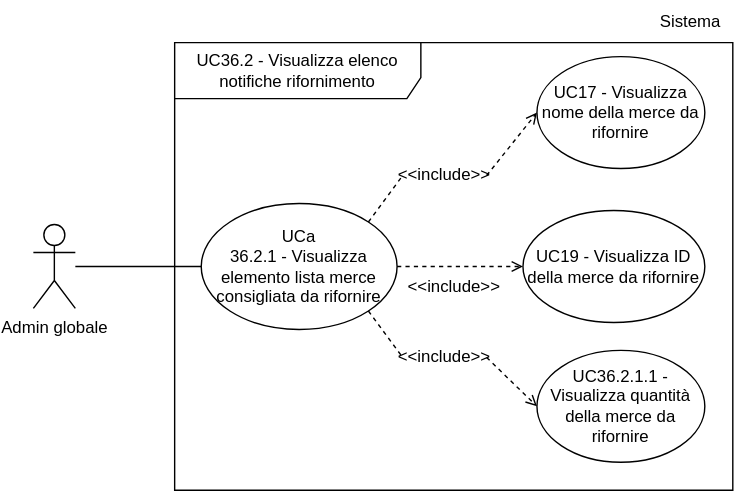
Earlier version of the draw.io export assets/diagrams/UC36-incl-2.svg (alimitedgroup/alimitedgroup.github.io). Source tidied: cells renumbered, new cells last; positions are measured from the earlier drawing's top-left corner, leaving out a move shared by most shapes. Source of this version:
```xml
<mxGraphModel>
  <root>
    <mxCell id="0" />
    <mxCell id="1" parent="0" />
    <mxCell id="2" value="UC36.2 - Visualizza elenco notifiche rifornimento" style="shape=umlFrame;whiteSpace=wrap;html=1;width=176;height=40;" parent="1" vertex="1">
      <mxGeometry x="101" y="30" width="399" height="320" as="geometry" />
    </mxCell>
    <mxCell id="3" value="UCa&lt;div&gt;36.2.1 - Visualizza elemento lista merce consigliata da rifornire&lt;/div&gt;" style="ellipse;whiteSpace=wrap;html=1;" parent="1" vertex="1">
      <mxGeometry x="120" y="145" width="140" height="90" as="geometry" />
    </mxCell>
    <mxCell id="4" value="UC17 - Visualizza nome della merce da rifornire" style="ellipse;whiteSpace=wrap;html=1;" parent="1" vertex="1">
      <mxGeometry x="360" y="40" width="120" height="80" as="geometry" />
    </mxCell>
    <mxCell id="5" value="UC36.2.1.1 - Visualizza quantità della merce da rifornire" style="ellipse;whiteSpace=wrap;html=1;" parent="1" vertex="1">
      <mxGeometry x="360" y="250" width="120" height="80" as="geometry" />
    </mxCell>
    <mxCell id="6" value="Admin globale" style="shape=umlActor;verticalLabelPosition=bottom;verticalAlign=top;html=1;outlineConnect=0;" parent="1" vertex="1">
      <mxGeometry y="160" width="30" height="60" as="geometry" />
    </mxCell>
    <mxCell id="7" style="endArrow=none;html=1;rounded=0;entryX=0;entryY=0.5;entryDx=0;entryDy=0;" parent="1" edge="1" source="6" target="3">
      <mxGeometry relative="1" as="geometry" />
    </mxCell>
    <mxCell id="8" style="endArrow=open;html=1;rounded=0;exitX=1;exitY=0.5;exitDx=0;exitDy=0;entryX=0;entryY=0.5;entryDx=0;entryDy=0;endFill=0;dashed=1;" parent="1" edge="1" source="11" target="4">
      <mxGeometry relative="1" as="geometry" />
    </mxCell>
    <mxCell id="9" style="endArrow=open;html=1;rounded=0;exitX=1;exitY=0.5;exitDx=0;exitDy=0;entryX=0;entryY=0.5;entryDx=0;entryDy=0;endFill=0;dashed=1;" parent="1" edge="1" source="13" target="5">
      <mxGeometry relative="1" as="geometry" />
    </mxCell>
    <mxCell id="10" style="endArrow=none;html=1;rounded=0;exitX=1;exitY=0;exitDx=0;exitDy=0;entryX=0;entryY=0.5;entryDx=0;entryDy=0;endFill=0;dashed=1;" parent="1" edge="1" source="3" target="11">
      <mxGeometry relative="1" as="geometry" />
    </mxCell>
    <mxCell id="11" value="&amp;lt;&amp;lt;include&amp;gt;&amp;gt;" style="text;html=1;align=center;verticalAlign=middle;whiteSpace=wrap;rounded=0;" parent="1" vertex="1">
      <mxGeometry x="264" y="110" width="60" height="30" as="geometry" />
    </mxCell>
    <mxCell id="12" style="endArrow=none;html=1;rounded=0;exitX=1;exitY=1;exitDx=0;exitDy=0;entryX=0;entryY=0.5;entryDx=0;entryDy=0;endFill=0;dashed=1;" parent="1" edge="1" source="3" target="13">
      <mxGeometry relative="1" as="geometry" />
    </mxCell>
    <mxCell id="13" value="&amp;lt;&amp;lt;include&amp;gt;&amp;gt;" style="text;html=1;align=center;verticalAlign=middle;whiteSpace=wrap;rounded=0;" parent="1" vertex="1">
      <mxGeometry x="264" y="240" width="60" height="30" as="geometry" />
    </mxCell>
    <mxCell id="14" value="Sistema" style="text;html=1;align=center;verticalAlign=middle;whiteSpace=wrap;rounded=0;" parent="1" vertex="1">
      <mxGeometry x="440" width="60" height="30" as="geometry" />
    </mxCell>
    <mxCell id="15" value="UC19 - Visualizza ID della merce da rifornire" style="ellipse;whiteSpace=wrap;html=1;" parent="1" vertex="1">
      <mxGeometry x="350" y="150" width="130" height="80" as="geometry" />
    </mxCell>
    <mxCell id="16" style="endArrow=open;html=1;rounded=0;exitX=1;exitY=0.5;exitDx=0;exitDy=0;entryX=0;entryY=0.5;entryDx=0;entryDy=0;endFill=0;dashed=1;" parent="1" edge="1" source="3" target="15">
      <mxGeometry relative="1" as="geometry" />
    </mxCell>
    <mxCell id="17" value="&amp;lt;&amp;lt;include&amp;gt;&amp;gt;" style="text;html=1;align=center;verticalAlign=middle;whiteSpace=wrap;rounded=0;" parent="1" vertex="1">
      <mxGeometry x="270.5" y="190" width="60" height="30" as="geometry" />
    </mxCell>
  </root>
</mxGraphModel>
```
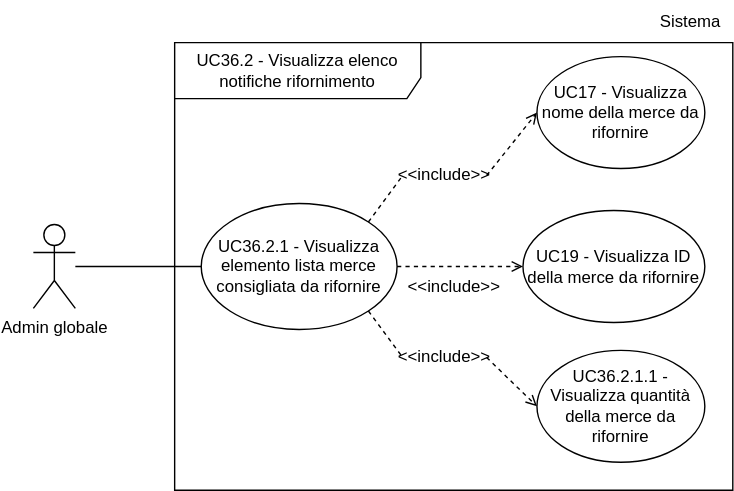
After the commit.

Diff of the diagram source:
```diff
@@ -5,7 +5,7 @@
     <mxCell id="2" value="UC36.2 - Visualizza elenco notifiche rifornimento" style="shape=umlFrame;whiteSpace=wrap;html=1;width=176;height=40;" parent="1" vertex="1">
       <mxGeometry x="101" y="30" width="399" height="320" as="geometry" />
     </mxCell>
-    <mxCell id="3" value="UCa&lt;div&gt;36.2.1 - Visualizza elemento lista merce consigliata da rifornire&lt;/div&gt;" style="ellipse;whiteSpace=wrap;html=1;" parent="1" vertex="1">
+    <mxCell id="3" value="UC&lt;span style=&quot;background-color: transparent; color: light-dark(rgb(0, 0, 0), rgb(255, 255, 255));&quot;&gt;36.2.1 - Visualizza elemento lista merce consigliata da rifornire&lt;/span&gt;" style="ellipse;whiteSpace=wrap;html=1;" parent="1" vertex="1">
       <mxGeometry x="120" y="145" width="140" height="90" as="geometry" />
     </mxCell>
     <mxCell id="4" value="UC17 - Visualizza nome della merce da rifornire" style="ellipse;whiteSpace=wrap;html=1;" parent="1" vertex="1">
```
